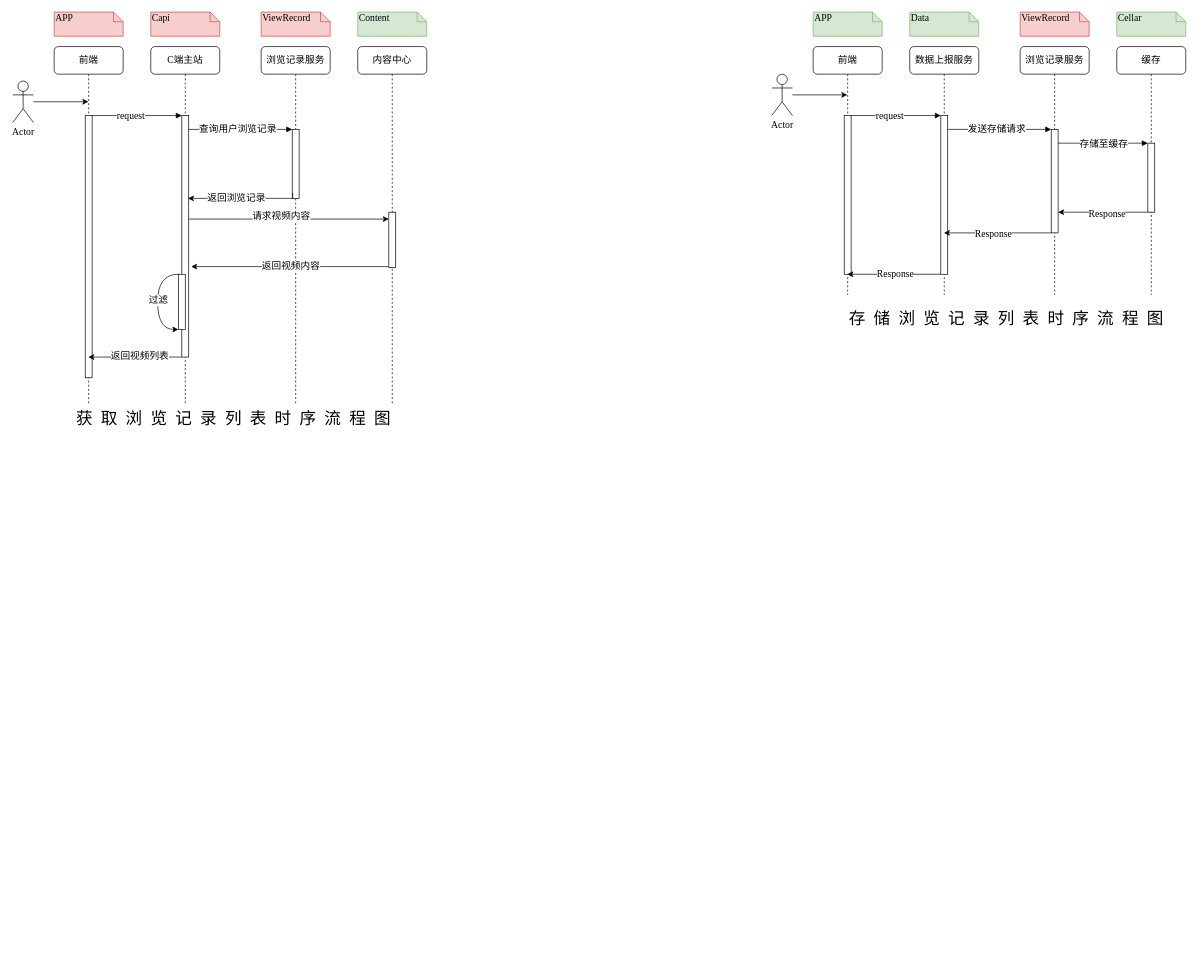
This is contentList.drawio from wuulaa/my-first-game, a draw.io file, before an edit. Source tidied: cells renumbered, new cells numbered last; positions are measured from the earlier drawing's top-left corner, leaving out a move shared by most shapes. Both pictures are drawn from the tidied source at 69%, with x=0, y=0 at pixel (12, 12).
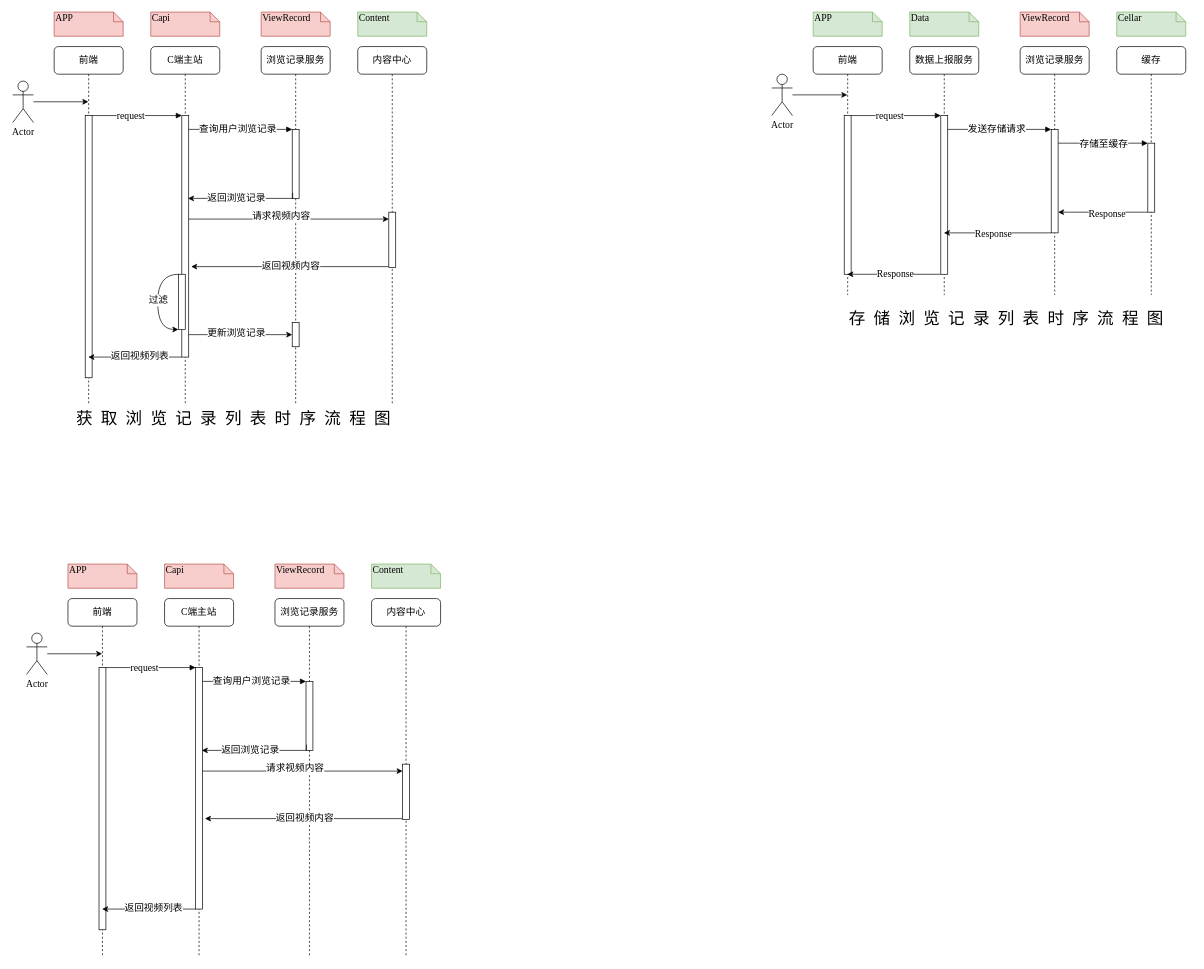
The same diagram, later.

Unchanged cells that the change refers to:
```xml
<mxCell id="3" style="html=1;points=[];perimeter=orthogonalPerimeter;rounded=0;shadow=0;comic=0;labelBackgroundColor=none;strokeWidth=1;fontFamily=Times New Roman;fontSize=14;align=center;" parent="2" vertex="1">
  <mxGeometry x="45" y="100" width="10" height="350" as="geometry" />
</mxCell>
<mxCell id="7" value="浏览记录服务" style="shape=umlLifeline;perimeter=lifelinePerimeter;whiteSpace=wrap;html=1;rounded=1;shadow=0;comic=0;labelBackgroundColor=none;strokeWidth=1;fontFamily=Times New Roman;fontSize=14;align=center;" parent="1" vertex="1">
  <mxGeometry x="360" y="50" width="100" height="520" as="geometry" />
</mxCell>
```

What changed in the source:
```diff
@@
+    <mxCell id="59" style="rounded=0;whiteSpace=wrap;html=1;fontFamily=Times New Roman;fontSize=14;fontColor=default;labelBackgroundColor=default;" parent="7" vertex="1">
+      <mxGeometry x="45" y="400" width="10" height="35" as="geometry" />
+    </mxCell>
@@
+    <mxCell id="60" value="C端主站" style="shape=umlLifeline;perimeter=lifelinePerimeter;whiteSpace=wrap;html=1;rounded=1;shadow=0;comic=0;labelBackgroundColor=none;strokeWidth=1;fontFamily=Times New Roman;fontSize=14;align=center;" parent="1" vertex="1">
+      <mxGeometry x="220" y="850" width="100" height="520" as="geometry" />
+    </mxCell>
+    <mxCell id="61" style="html=1;points=[];perimeter=orthogonalPerimeter;rounded=0;shadow=0;comic=0;labelBackgroundColor=none;strokeWidth=1;fontFamily=Times New Roman;fontSize=14;align=center;" parent="60" vertex="1">
+      <mxGeometry x="45" y="100" width="10" height="350" as="geometry" />
+    </mxCell>
+    <mxCell id="62" value="浏览记录服务" style="shape=umlLifeline;perimeter=lifelinePerimeter;whiteSpace=wrap;html=1;rounded=1;shadow=0;comic=0;labelBackgroundColor=none;strokeWidth=1;fontFamily=Times New Roman;fontSize=14;align=center;" parent="1" vertex="1">
+      <mxGeometry x="380" y="850" width="100" height="520" as="geometry" />
+    </mxCell>
+    <mxCell id="63" style="html=1;points=[];perimeter=orthogonalPerimeter;rounded=0;shadow=0;comic=0;labelBackgroundColor=none;strokeWidth=1;fontFamily=Times New Roman;fontSize=14;align=center;" parent="62" vertex="1">
+      <mxGeometry x="45" y="120" width="10" height="100" as="geometry" />
+    </mxCell>
+    <mxCell id="64" value="内容中心" style="shape=umlLifeline;perimeter=lifelinePerimeter;whiteSpace=wrap;html=1;rounded=1;shadow=0;comic=0;labelBackgroundColor=none;strokeWidth=1;fontFamily=Times New Roman;fontSize=14;align=center;" parent="1" vertex="1">
+      <mxGeometry x="520" y="850" width="100" height="520" as="geometry" />
+    </mxCell>
+    <mxCell id="65" style="shape=connector;rounded=0;orthogonalLoop=1;jettySize=auto;html=1;entryX=1.358;entryY=0.786;entryDx=0;entryDy=0;entryPerimeter=0;strokeColor=default;align=center;verticalAlign=middle;fontFamily=Times New Roman;fontSize=14;fontColor=default;labelBackgroundColor=default;endArrow=classic;" parent="64" edge="1">
+      <mxGeometry relative="1" as="geometry">
+        <mxPoint x="45" y="318.9" as="sourcePoint" />
+        <mxPoint x="-241.4" y="318.9" as="targetPoint" />
+      </mxGeometry>
+    </mxCell>
+    <mxCell id="66" value="返回视频内容" style="edgeLabel;html=1;align=center;verticalAlign=middle;fontFamily=Times New Roman;fontSize=14;fontColor=default;labelBackgroundColor=default;" parent="65" vertex="1">
+      <mxGeometry relative="1" as="geometry" />
+    </mxCell>
+    <mxCell id="67" value="前端" style="shape=umlLifeline;perimeter=lifelinePerimeter;whiteSpace=wrap;html=1;outlineConnect=0;rounded=1;shadow=0;comic=0;labelBackgroundColor=none;strokeWidth=1;fontFamily=Times New Roman;fontSize=14;align=center;" parent="1" vertex="1">
+      <mxGeometry x="80" y="850" width="100" height="520" as="geometry" />
+    </mxCell>
+    <mxCell id="68" style="html=1;points=[];perimeter=orthogonalPerimeter;rounded=0;shadow=0;comic=0;labelBackgroundColor=none;strokeWidth=1;fontFamily=Times New Roman;fontSize=14;align=center;" parent="67" vertex="1">
+      <mxGeometry x="45" y="100" width="10" height="380" as="geometry" />
+    </mxCell>
+    <mxCell id="69" style="html=1;points=[];perimeter=orthogonalPerimeter;rounded=0;shadow=0;comic=0;labelBackgroundColor=none;strokeWidth=1;fontFamily=Times New Roman;fontSize=14;align=center;" parent="1" vertex="1">
+      <mxGeometry x="565" y="1090" width="10" height="80" as="geometry" />
+    </mxCell>
+    <mxCell id="70" style="html=1;verticalAlign=bottom;endArrow=block;entryX=0;entryY=0;labelBackgroundColor=none;fontFamily=Times New Roman;fontSize=14;edgeStyle=elbowEdgeStyle;elbow=vertical;" parent="1" edge="1" source="68" target="61">
+      <mxGeometry relative="1" as="geometry" />
+    </mxCell>
+    <mxCell id="71" value="request" style="edgeLabel;html=1;align=center;verticalAlign=middle;fontFamily=Times New Roman;fontSize=14;" parent="70" vertex="1">
+      <mxGeometry x="-0.15" y="-1" relative="1" as="geometry" />
+    </mxCell>
+    <mxCell id="72" style="html=1;verticalAlign=bottom;endArrow=block;entryX=0;entryY=0;labelBackgroundColor=none;fontFamily=Times New Roman;fontSize=14;edgeStyle=elbowEdgeStyle;elbow=vertical;" parent="1" edge="1" source="61" target="63">
+      <mxGeometry relative="1" as="geometry" />
+    </mxCell>
+    <mxCell id="73" value="查询用户浏览记录" style="edgeLabel;html=1;align=center;verticalAlign=middle;fontFamily=Times New Roman;fontSize=14;" parent="72" vertex="1">
+      <mxGeometry x="-0.07" y="1" relative="1" as="geometry" />
+    </mxCell>
+    <mxCell id="74" value="APP" style="shape=note;whiteSpace=wrap;html=1;size=14;verticalAlign=top;align=left;spacingTop=-6;rounded=0;shadow=0;comic=0;labelBackgroundColor=none;strokeWidth=1;fontFamily=Times New Roman;fontSize=14;fillColor=#f8cecc;strokeColor=#b85450;" parent="1" vertex="1">
+      <mxGeometry x="80" y="800" width="100" height="35" as="geometry" />
+    </mxCell>
+    <mxCell id="75" value="Capi" style="shape=note;whiteSpace=wrap;html=1;size=14;verticalAlign=top;align=left;spacingTop=-6;rounded=0;shadow=0;comic=0;labelBackgroundColor=none;strokeWidth=1;fontFamily=Times New Roman;fontSize=14;fillColor=#f8cecc;strokeColor=#b85450;" parent="1" vertex="1">
+      <mxGeometry x="220" y="800" width="100" height="35" as="geometry" />
+    </mxCell>
+    <mxCell id="76" value="ViewRecord" style="shape=note;whiteSpace=wrap;html=1;size=14;verticalAlign=top;align=left;spacingTop=-6;rounded=0;shadow=0;comic=0;labelBackgroundColor=none;strokeWidth=1;fontFamily=Times New Roman;fontSize=14;fillColor=#f8cecc;strokeColor=#b85450;" parent="1" vertex="1">
+      <mxGeometry x="380" y="800" width="100" height="35" as="geometry" />
+    </mxCell>
+    <mxCell id="77" value="Content" style="shape=note;whiteSpace=wrap;html=1;size=14;verticalAlign=top;align=left;spacingTop=-6;rounded=0;shadow=0;comic=0;labelBackgroundColor=none;strokeWidth=1;fontFamily=Times New Roman;fontSize=14;fillColor=#d5e8d4;strokeColor=#82b366;" parent="1" vertex="1">
+      <mxGeometry x="520" y="800" width="100" height="35" as="geometry" />
+    </mxCell>
+    <mxCell id="78" style="edgeStyle=none;shape=connector;rounded=0;jettySize=auto;html=1;strokeColor=default;align=center;verticalAlign=middle;fontFamily=Times New Roman;fontSize=14;fontColor=default;labelBackgroundColor=default;endArrow=classic;" parent="1" edge="1" source="79" target="67">
+      <mxGeometry relative="1" as="geometry" />
+    </mxCell>
+    <mxCell id="79" value="Actor" style="shape=umlActor;verticalLabelPosition=bottom;verticalAlign=top;html=1;fontFamily=Times New Roman;fontSize=14;" parent="1" vertex="1">
+      <mxGeometry x="20" y="900" width="30" height="60" as="geometry" />
+    </mxCell>
+    <mxCell id="80" style="edgeStyle=orthogonalEdgeStyle;rounded=0;jettySize=auto;html=1;exitX=0.071;exitY=0.918;exitDx=0;exitDy=0;exitPerimeter=0;fontFamily=Times New Roman;fontSize=14;" parent="1" edge="1" source="63">
+      <mxGeometry relative="1" as="geometry">
+        <mxPoint x="274" y="1070" as="targetPoint" />
+        <Array as="points">
+          <mxPoint x="426" y="1070" />
+        </Array>
+      </mxGeometry>
+    </mxCell>
+    <mxCell id="81" value="返回浏览记录" style="edgeLabel;html=1;align=center;verticalAlign=middle;fontFamily=Times New Roman;fontSize=14;" parent="80" vertex="1">
+      <mxGeometry x="0.13" y="-1" relative="1" as="geometry" />
+    </mxCell>
+    <mxCell id="82" style="edgeStyle=orthogonalEdgeStyle;rounded=0;jettySize=auto;html=1;fontFamily=Times New Roman;fontSize=14;" parent="1" edge="1" source="61" target="69">
+      <mxGeometry relative="1" as="geometry">
+        <Array as="points">
+          <mxPoint x="350" y="1100" />
+          <mxPoint x="350" y="1100" />
+        </Array>
+      </mxGeometry>
+    </mxCell>
+    <mxCell id="83" value="请求视频内容" style="edgeLabel;html=1;align=center;verticalAlign=middle;fontFamily=Times New Roman;fontSize=14;" parent="82" vertex="1">
+      <mxGeometry x="-0.08" y="5" relative="1" as="geometry" />
+    </mxCell>
+    <mxCell id="84" style="edgeStyle=none;shape=connector;rounded=0;jettySize=auto;html=1;strokeColor=default;align=center;verticalAlign=middle;fontFamily=Times New Roman;fontSize=14;fontColor=default;labelBackgroundColor=default;endArrow=classic;" parent="1" edge="1" source="61" target="67">
+      <mxGeometry relative="1" as="geometry">
+        <Array as="points">
+          <mxPoint x="190" y="1300" />
+        </Array>
+      </mxGeometry>
+    </mxCell>
+    <mxCell id="85" value="返回视频列表" style="edgeLabel;html=1;align=center;verticalAlign=middle;fontFamily=Times New Roman;fontSize=14;fontColor=default;labelBackgroundColor=default;" parent="84" vertex="1">
+      <mxGeometry x="-0.09" y="-2" relative="1" as="geometry" />
+    </mxCell>
+    <mxCell id="86" style="edgeStyle=none;shape=connector;rounded=0;jettySize=auto;html=1;entryX=0;entryY=0.5;entryDx=0;entryDy=0;strokeColor=default;align=center;verticalAlign=middle;fontFamily=Helvetica;fontSize=11;fontColor=default;labelBackgroundColor=default;endArrow=classic;" parent="1" edge="1" source="3" target="59">
+      <mxGeometry relative="1" as="geometry" />
+    </mxCell>
+    <mxCell id="87" value="&lt;font face=&quot;Times New Roman&quot; style=&quot;font-size: 14px;&quot;&gt;更新浏览记录&lt;/font&gt;" style="edgeLabel;html=1;align=center;verticalAlign=middle;fontFamily=Helvetica;fontSize=11;fontColor=default;labelBackgroundColor=default;" parent="86" vertex="1">
+      <mxGeometry x="-0.1" y="2" relative="1" as="geometry" />
+    </mxCell>
```
